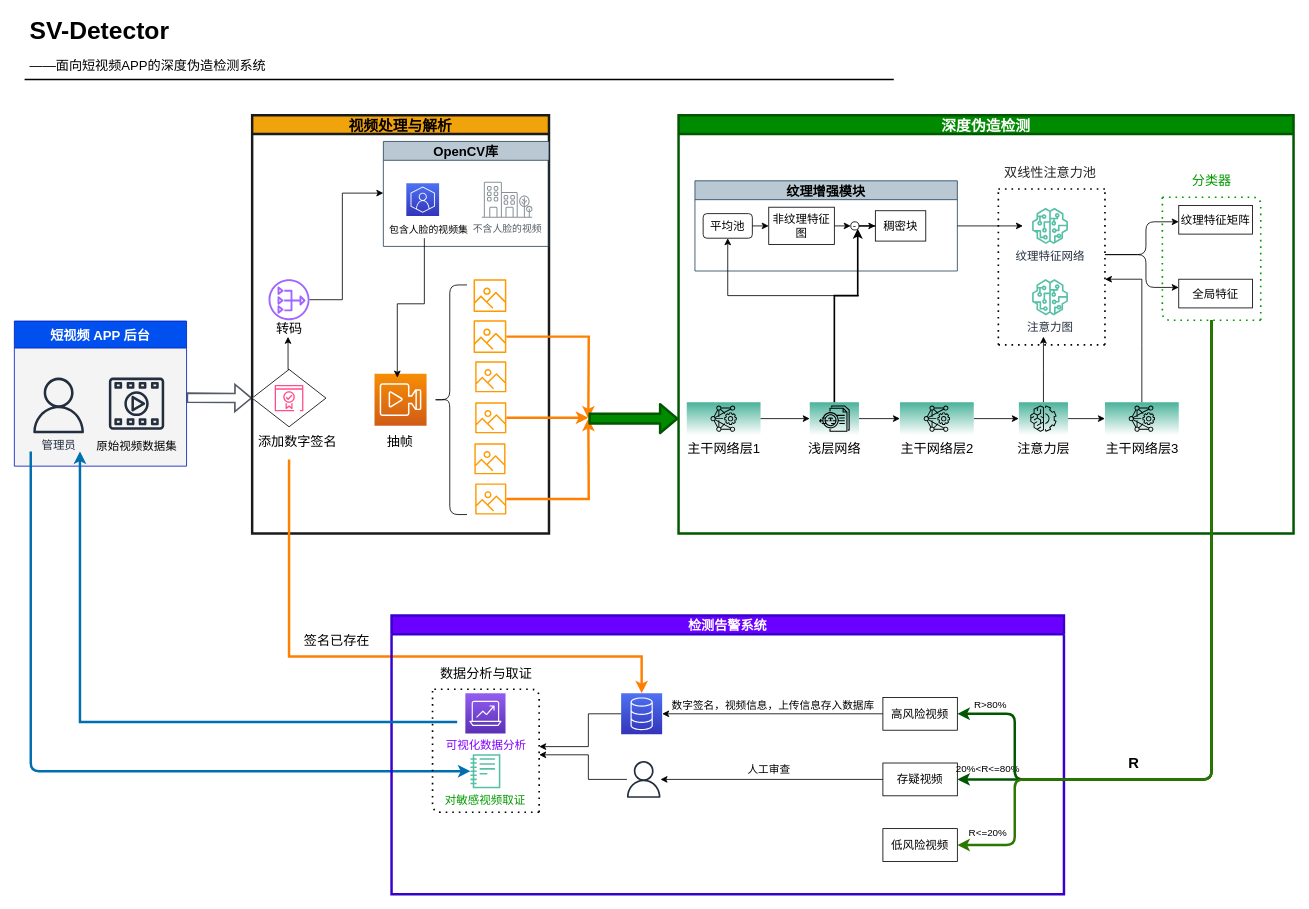
Above: Untitled Diagram.drawio in epc314/hello-world (draw.io), before the change. Source tidied: cells renumbered, new cells numbered last; positions are measured from the earlier drawing's top-left corner, leaving out a move shared by most shapes. Both pictures are drawn from the tidied source at 82%, with x=0, y=0 at pixel (14, 13).
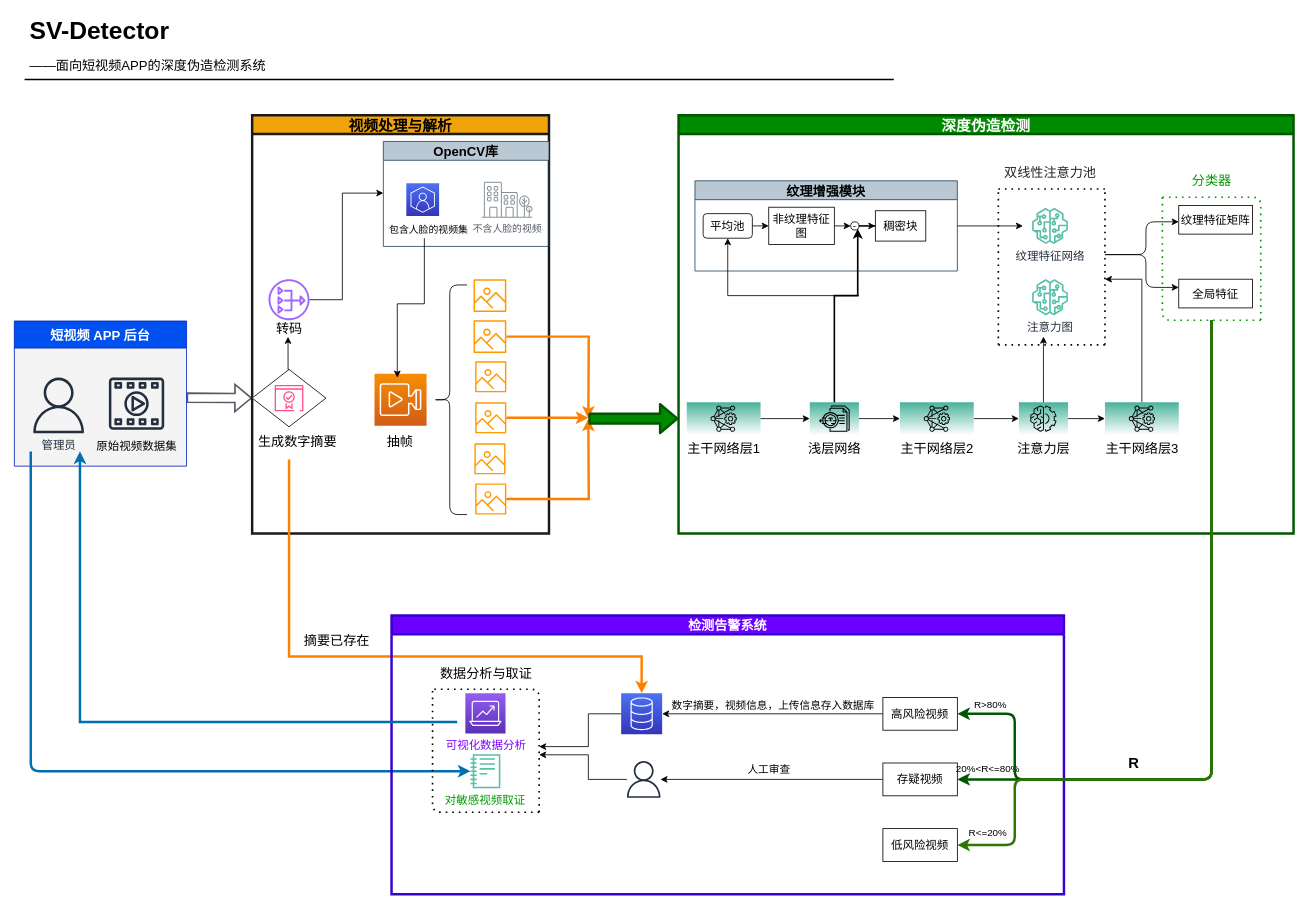
Above is the later version.

Unchanged cells that the change refers to:
```xml
<mxCell id="11" value="视频处理与解析" style="swimlane;fillColor=#f0a30a;strokeColor=#1A1A1A;fontColor=#000000;strokeWidth=3;fontSize=18;" parent="1" vertex="1">
  <mxGeometry x="290" y="124" width="362" height="510" as="geometry" />
</mxCell>
<mxCell id="75" value="检测告警系统" style="swimlane;startSize=23;fillColor=#6a00ff;strokeColor=#3700CC;fontColor=#ffffff;fontSize=16;strokeWidth=3;" parent="1" vertex="1">
  <mxGeometry x="460" y="734" width="820" height="340" as="geometry" />
</mxCell>
```

What changed in the source:
```diff
@@
-    <mxCell id="13" value="&lt;font style=&quot;font-size: 16px&quot;&gt;添加数字签名&lt;/font&gt;" style="text;html=1;align=center;verticalAlign=middle;fillColor=none;strokeColor=none;rounded=0;" parent="11" vertex="1">
+    <mxCell id="13" value="&lt;font style=&quot;font-size: 16px&quot;&gt;生成数字摘要&lt;/font&gt;" style="text;html=1;align=center;verticalAlign=middle;fillColor=none;strokeColor=none;rounded=0;" parent="11" vertex="1">
       <mxGeometry y="388" width="110" height="20" as="geometry" />
     </mxCell>
@@
-    <mxCell id="85" value="&lt;font style=&quot;font-size: 13px&quot;&gt;数字签名，视频信息，上传信息存入数据库&lt;/font&gt;" style="text;html=1;align=center;verticalAlign=middle;fillColor=none;strokeColor=none;rounded=0;" parent="75" vertex="1">
+    <mxCell id="85" value="&lt;font style=&quot;font-size: 13px&quot;&gt;数字摘要，视频信息，上传信息存入数据库&lt;/font&gt;" style="text;html=1;align=center;verticalAlign=middle;fillColor=none;strokeColor=none;rounded=0;" parent="75" vertex="1">
       <mxGeometry x="335" y="100" width="260" height="20" as="geometry" />
     </mxCell>
@@
-    <mxCell id="98" value="&lt;font style=&quot;font-size: 16px&quot;&gt;签名已存在&lt;/font&gt;" style="text;html=1;align=center;verticalAlign=middle;fillColor=none;strokeColor=none;rounded=0;" parent="1" vertex="1">
+    <mxCell id="98" value="&lt;font style=&quot;font-size: 16px&quot;&gt;摘要已存在&lt;/font&gt;" style="text;html=1;align=center;verticalAlign=middle;fillColor=none;strokeColor=none;rounded=0;" parent="1" vertex="1">
       <mxGeometry x="342.5" y="754" width="100" height="20" as="geometry" />
     </mxCell>
```
